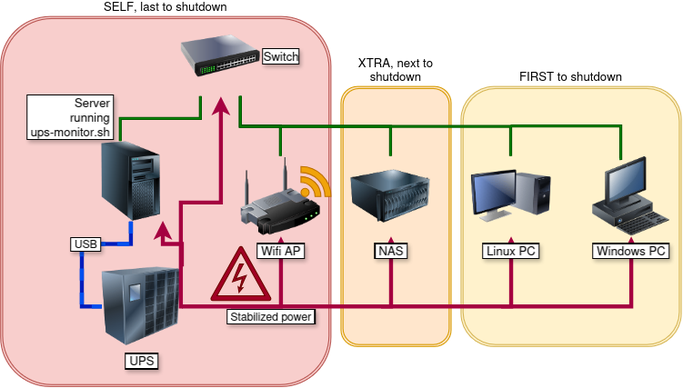
Above: doc/ups-monitor-overview.png in ColasNahaboo/ups-monitor.sh (draw.io), before the change. Source tidied: cells renumbered, new cells last; positions are measured from the earlier drawing's top-left corner, leaving out a move shared by most shapes.
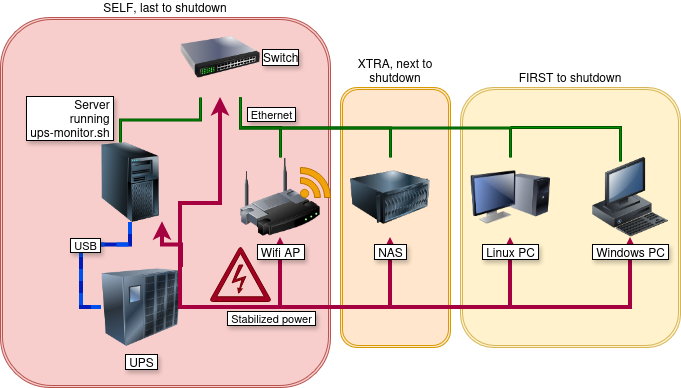
Above is the later version.

Commit message:
eth label in diagram

Change to the diagram source:
```diff
@@ -81,6 +81,11 @@
         <mxPoint x="240" y="80" as="targetPoint" />
       </mxGeometry>
     </mxCell>
+    <mxCell id="28" value="&amp;nbsp;Ethernet&amp;nbsp;" style="edgeLabel;html=1;align=center;verticalAlign=middle;labelBorderColor=default;textShadow=1;spacingTop=-9;" parent="22" vertex="1">
+      <mxGeometry x="0.68" y="2" relative="1" as="geometry">
+        <mxPoint x="8" y="-12" as="offset" />
+      </mxGeometry>
+    </mxCell>
     <mxCell id="23" style="shape=mxgraph.signs.tech.rss;html=1;fillColor=#f0a30a;strokeColor=#BD7000;verticalLabelPosition=bottom;verticalAlign=top;align=center;sketch=0;fontColor=#000000;" parent="1" vertex="1">
       <mxGeometry x="300" y="150" width="30" height="30" as="geometry" />
     </mxCell>
```
